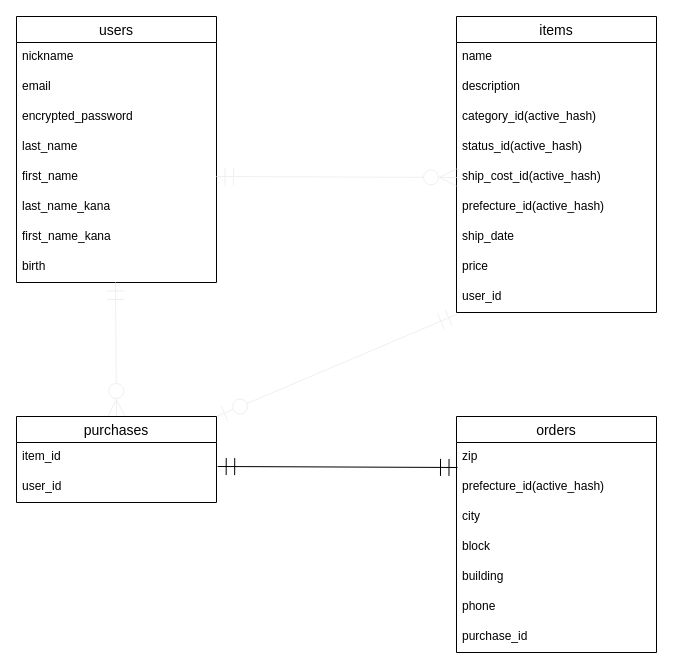
Before: furima.dio in Tatsuya9156/furima-33498, a draw.io diagram. Source tidied: cells renumbered, new cells numbered last; positions are measured from the earlier drawing's top-left corner, leaving out a move shared by most shapes. Both pictures are drawn from the tidied source at 100%, with x=0, y=0 at pixel (16, 16).
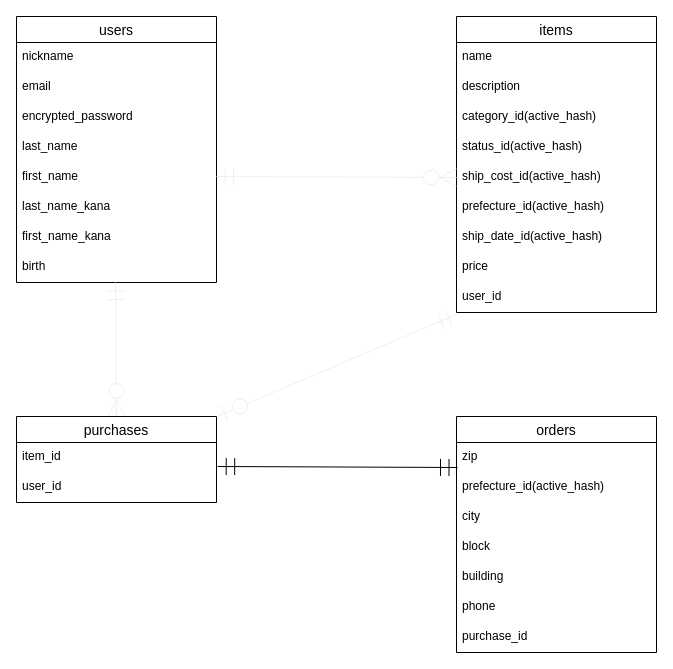
The same page after the edit.

Commit message:
ER図のship_dateに対するactive_hash記入漏れの修正

The change refers to these unchanged cells:
```xml
<mxCell id="11" value="items" style="swimlane;fontStyle=0;horizontal=1;startSize=26;align=center;fontSize=14;" parent="1" vertex="1">
  <mxGeometry x="440" width="200" height="296" as="geometry" />
</mxCell>
```

The edit, as a diff of the source:
```diff
@@
-    <mxCell id="18" value="ship_date" style="text;strokeColor=none;fillColor=none;spacingLeft=4;spacingRight=4;overflow=hidden;fontSize=12;" parent="11" vertex="1">
+    <mxCell id="18" value="ship_date_id(active_hash)" style="text;strokeColor=none;fillColor=none;spacingLeft=4;spacingRight=4;overflow=hidden;fontSize=12;" parent="11" vertex="1">
       <mxGeometry y="206" width="200" height="30" as="geometry" />
     </mxCell>
```
